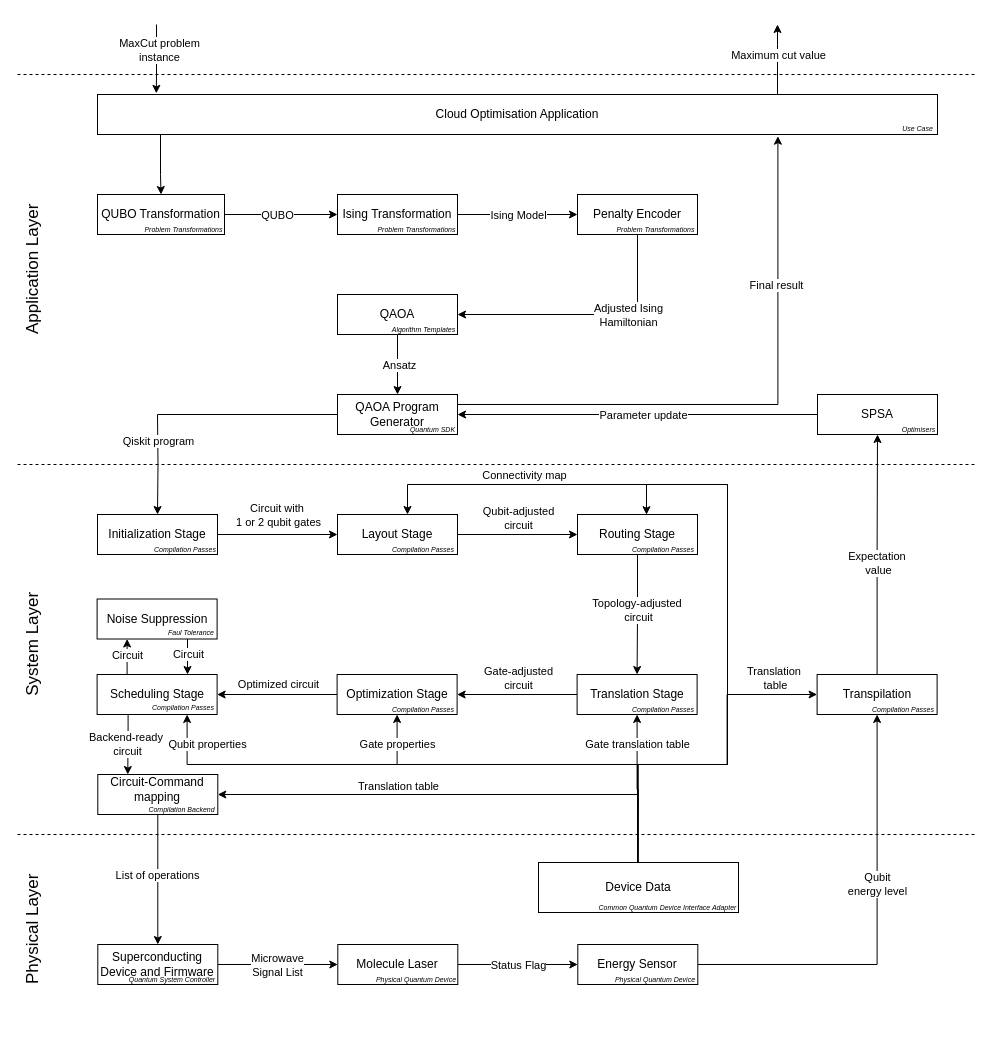
FullStaQD/architecture keeps this draw.io diagram as page "scenario2" (2 of 4) of docs/scenario-based-analysis/images/scenarios.drawio. Above is the earlier version. Source tidied: cells renumbered, new cells numbered last; positions are measured from the earlier drawing's top-left corner, leaving out a move shared by most shapes. Both pictures are drawn from the tidied source at 100%, with x=0, y=0 at pixel (-53, 24).
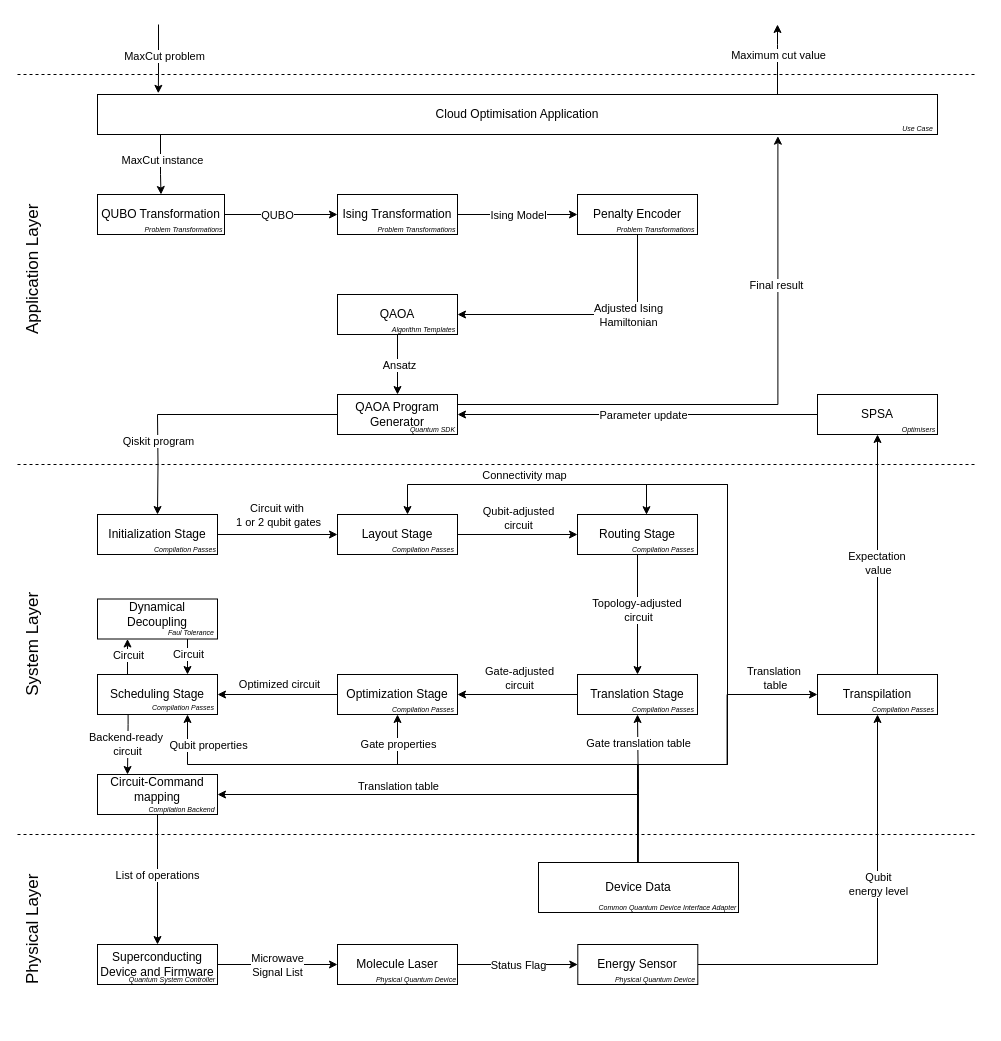
After the change.

Commit message (it also covers changes not shown here):
feat: use dynamical decoupling instead of generic error suppression building block in cloud optimisation scenario (#78)

* Update cloud-optimisation.md

Noise Supression is the wrong abstraction level.

Zero Noise Extrapolation is a Error Mitigation Technique
Noise Supression is the wrong level...
Dynamic Decoupling is a Noise Supression Technique

. I'll also adjust the runtime view


* Update cloud-optimisation.md


* Add files via upload


* Update cloud-optimisation.md


* Update cloud-optimisation.md


* dynamic -> dynamical


---------

Unchanged cells that the change refers to:
```xml
<mxCell id="8" value="Cloud Optimisation Application" style="rounded=0;whiteSpace=wrap;html=1;" parent="1" vertex="1">
  <mxGeometry x="150" y="70" width="840" height="40" as="geometry" />
</mxCell>
```

Diff of the diagram source:
```diff
@@
-    <mxCell id="6" style="edgeStyle=orthogonalEdgeStyle;rounded=0;jettySize=auto;html=1;entryX=0.07;entryY=-0.029;entryDx=0;entryDy=0;entryPerimeter=0;" parent="1" edge="1" target="8">
+    <mxCell id="6" style="edgeStyle=orthogonalEdgeStyle;rounded=0;orthogonalLoop=1;jettySize=auto;html=1;entryX=0.07;entryY=-0.029;entryDx=0;entryDy=0;entryPerimeter=0;" parent="1" edge="1">
       <mxGeometry relative="1" as="geometry">
-        <mxPoint x="209" as="sourcePoint" />
+        <mxPoint x="211" as="sourcePoint" />
+        <mxPoint x="210.8" y="68.8" as="targetPoint" />
         <Array as="points">
-          <mxPoint x="209" y="50" />
-          <mxPoint x="209" y="50" />
+          <mxPoint x="211" y="50" />
+          <mxPoint x="211" y="50" />
         </Array>
       </mxGeometry>
     </mxCell>
-    <mxCell id="7" value="MaxCut problem&lt;div&gt;instance&lt;/div&gt;" style="edgeLabel;html=1;align=center;verticalAlign=middle;" parent="6" vertex="1">
+    <mxCell id="7" value="MaxCut problem" style="edgeLabel;html=1;align=center;verticalAlign=middle;" parent="6" vertex="1">
       <mxGeometry x="-0.28" y="1" relative="1" as="geometry">
-        <mxPoint x="1" as="offset" />
+        <mxPoint x="4" y="6" as="offset" />
       </mxGeometry>
     </mxCell>
+    <mxCell id="108" value="MaxCut instance" style="edgeLabel;html=1;align=center;verticalAlign=middle;" parent="6" vertex="1">
+      <mxGeometry x="-0.28" y="1" relative="1" as="geometry">
+        <mxPoint x="2" y="110" as="offset" />
+      </mxGeometry>
+    </mxCell>
@@
     <mxCell id="33" value="Translation Stage" style="rounded=0;whiteSpace=wrap;html=1;" parent="1" vertex="1">
-      <mxGeometry x="629.6" y="650" width="120" height="40" as="geometry" />
+      <mxGeometry x="630" y="650" width="120" height="40" as="geometry" />
     </mxCell>
@@
     <mxCell id="36" value="Optimization Stage" style="rounded=0;whiteSpace=wrap;html=1;" parent="1" vertex="1">
-      <mxGeometry x="389.6" y="650" width="120" height="40" as="geometry" />
+      <mxGeometry x="390" y="650" width="120" height="40" as="geometry" />
     </mxCell>
@@
     <mxCell id="41" value="Scheduling Stage" style="rounded=0;whiteSpace=wrap;html=1;" parent="1" vertex="1">
-      <mxGeometry x="149.6" y="650" width="120" height="40" as="geometry" />
+      <mxGeometry x="150" y="650" width="120" height="40" as="geometry" />
     </mxCell>
@@
     <mxCell id="47" value="Molecule Laser" style="rounded=0;whiteSpace=wrap;html=1;" parent="1" vertex="1">
-      <mxGeometry x="390.3" y="920" width="120" height="40" as="geometry" />
+      <mxGeometry x="390" y="920" width="120" height="40" as="geometry" />
     </mxCell>
@@
     <mxCell id="50" value="Superconducting&lt;div&gt;Device and Firmware&lt;/div&gt;" style="rounded=0;whiteSpace=wrap;html=1;" parent="1" vertex="1">
-      <mxGeometry x="150.3" y="920" width="120" height="40" as="geometry" />
+      <mxGeometry x="150" y="920" width="120" height="40" as="geometry" />
     </mxCell>
@@
     <mxCell id="65" value="Transpilation" style="rounded=0;whiteSpace=wrap;html=1;" parent="1" vertex="1">
-      <mxGeometry x="869.6" y="650" width="120" height="40" as="geometry" />
+      <mxGeometry x="870" y="650" width="120" height="40" as="geometry" />
     </mxCell>
@@
     <mxCell id="80" style="rounded=0;whiteSpace=wrap;html=1;align=center;" parent="1" vertex="1">
-      <mxGeometry x="150.3" y="750" width="120" height="40" as="geometry" />
+      <mxGeometry x="150" y="750" width="120" height="40" as="geometry" />
     </mxCell>
@@
-    <mxCell id="84" value="Noise Suppression" style="rounded=0;whiteSpace=wrap;html=1;" parent="1" vertex="1">
-      <mxGeometry x="149.6" y="574.5" width="120" height="40" as="geometry" />
+    <mxCell id="84" style="rounded=0;whiteSpace=wrap;html=1;" parent="1" vertex="1">
+      <mxGeometry x="150" y="574.5" width="120" height="40" as="geometry" />
     </mxCell>
@@
+    <mxCell id="109" value="Dynamical Decoupling" style="text;html=1;whiteSpace=wrap;strokeColor=none;fillColor=none;align=center;verticalAlign=middle;rounded=0;" parent="1" vertex="1">
+      <mxGeometry x="180.3" y="574.5" width="60" height="30" as="geometry" />
+    </mxCell>
```
